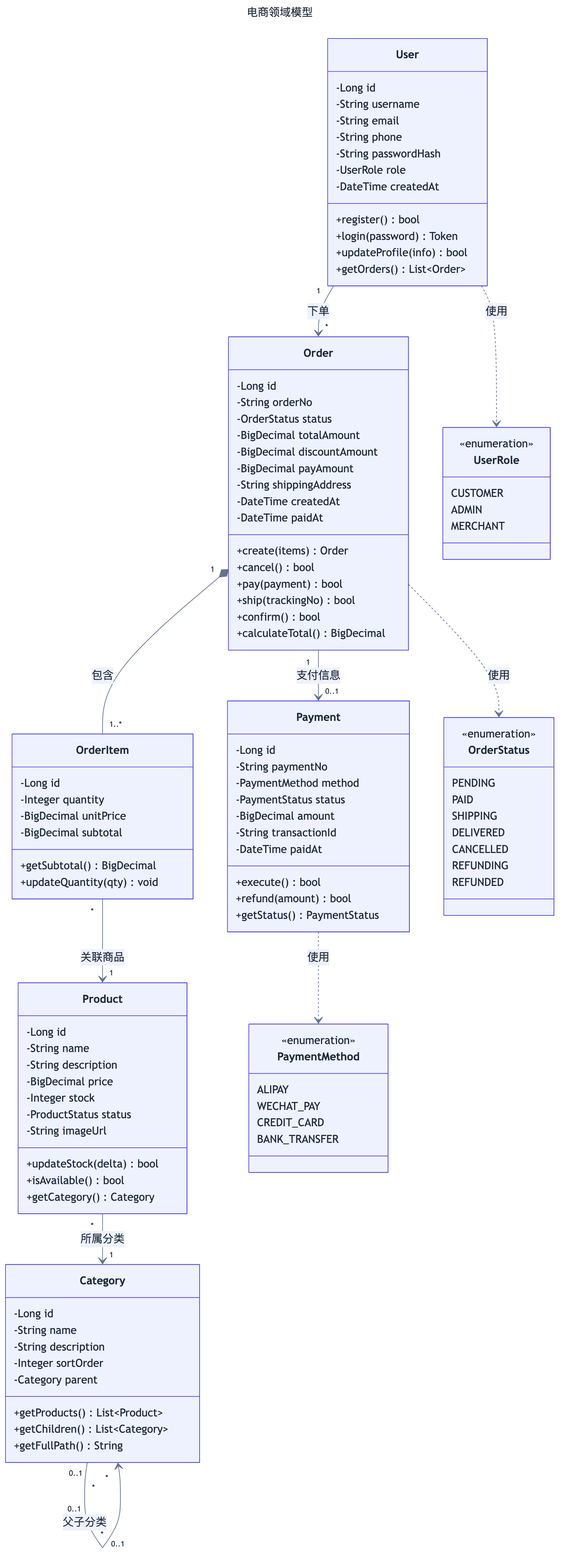
Above: diagram-examples/images/mermaid-class.png in 312362115/claude (Mermaid), before the change. Its source is kept beside it as diagram-examples/mermaid/mermaid-class.mmd.
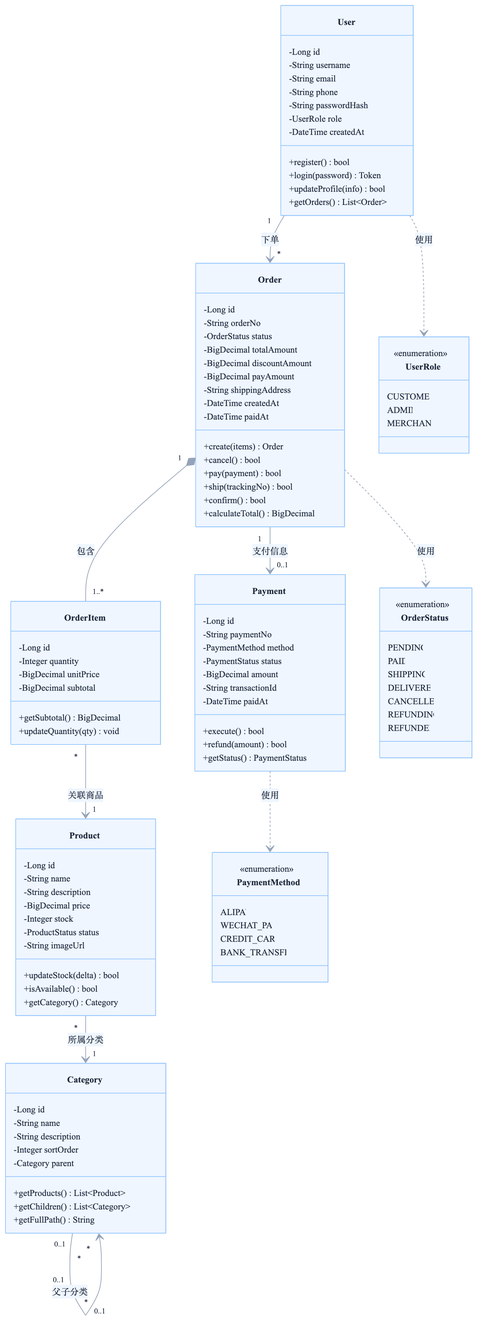
Above is the later version.

Diff of the diagram source:
```diff
@@ -1,6 +1,10 @@
----
-title: 电商领域模型
----
+%%{init: {'theme':'base','themeVariables':{
+  'primaryColor':'#EFF6FF','primaryBorderColor':'#93C5FD','primaryTextColor':'#1E293B',
+  'lineColor':'#94A3B8','textColor':'#1E293B','fontSize':'13px',
+  'fontFamily':'PingFang SC, Inter, sans-serif',
+  'classText':'#1E293B'
+}}}%%
+
 classDiagram
     direction TB
 
```
